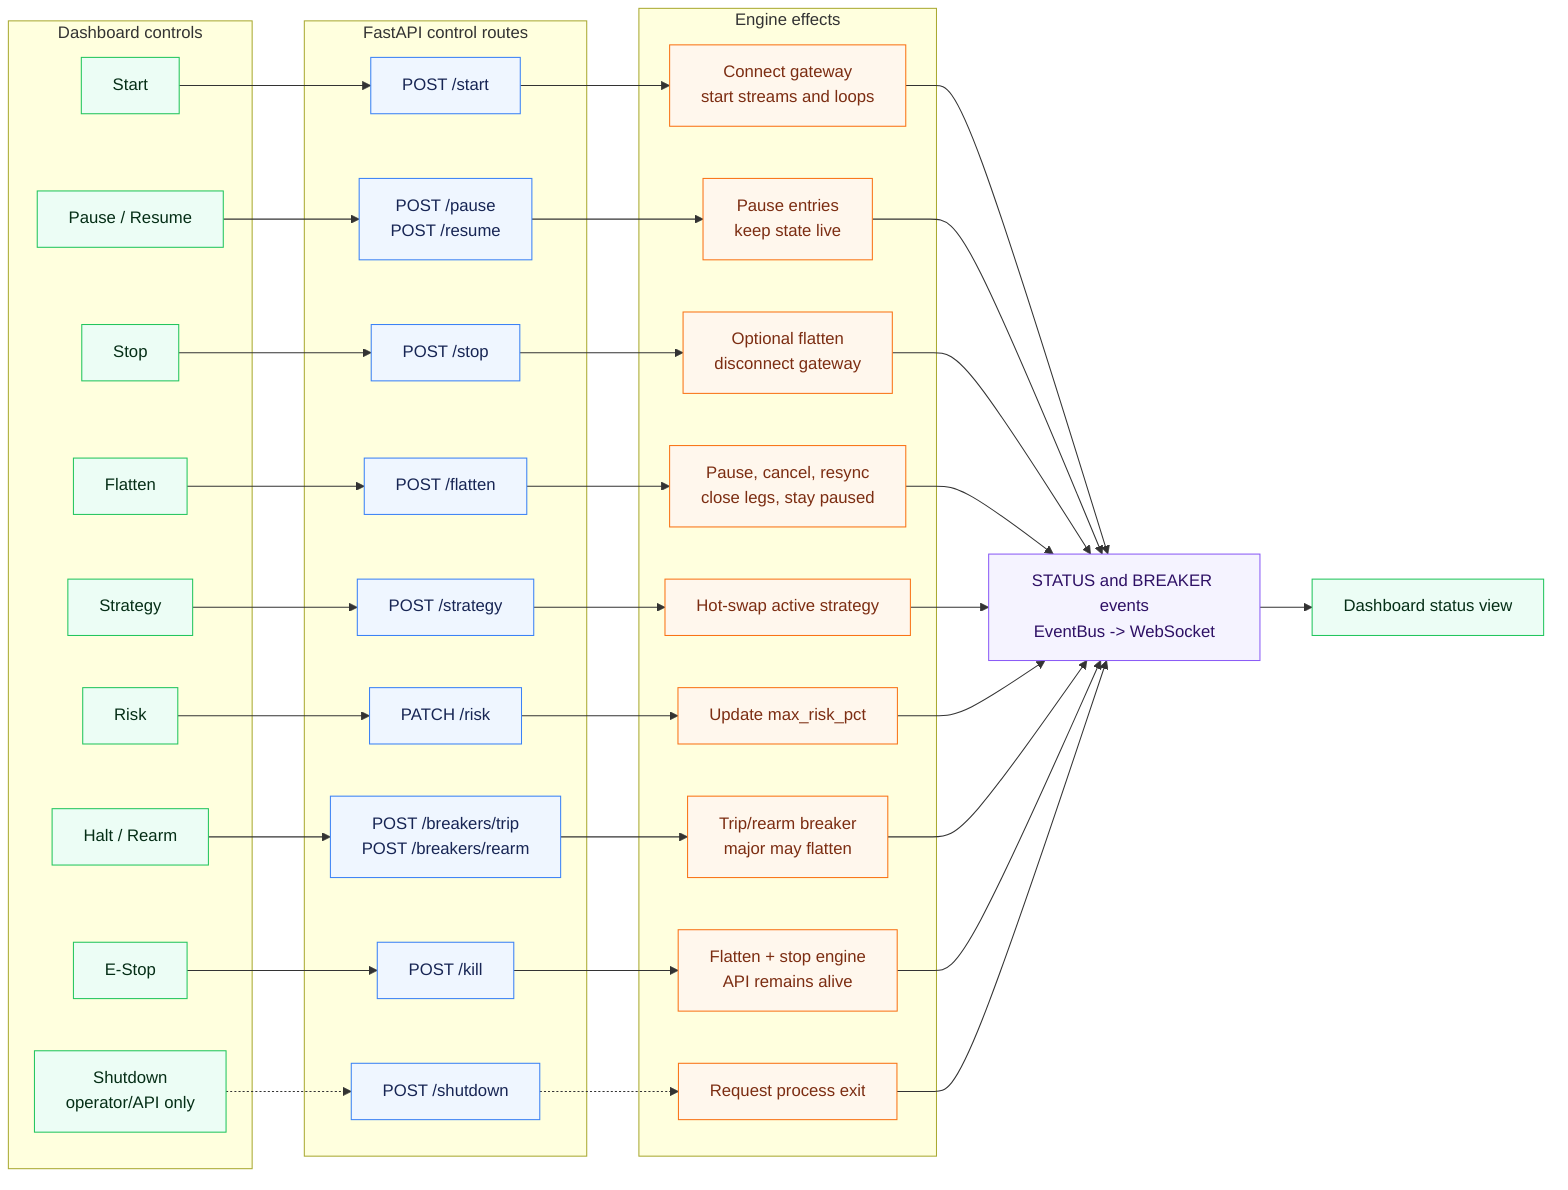
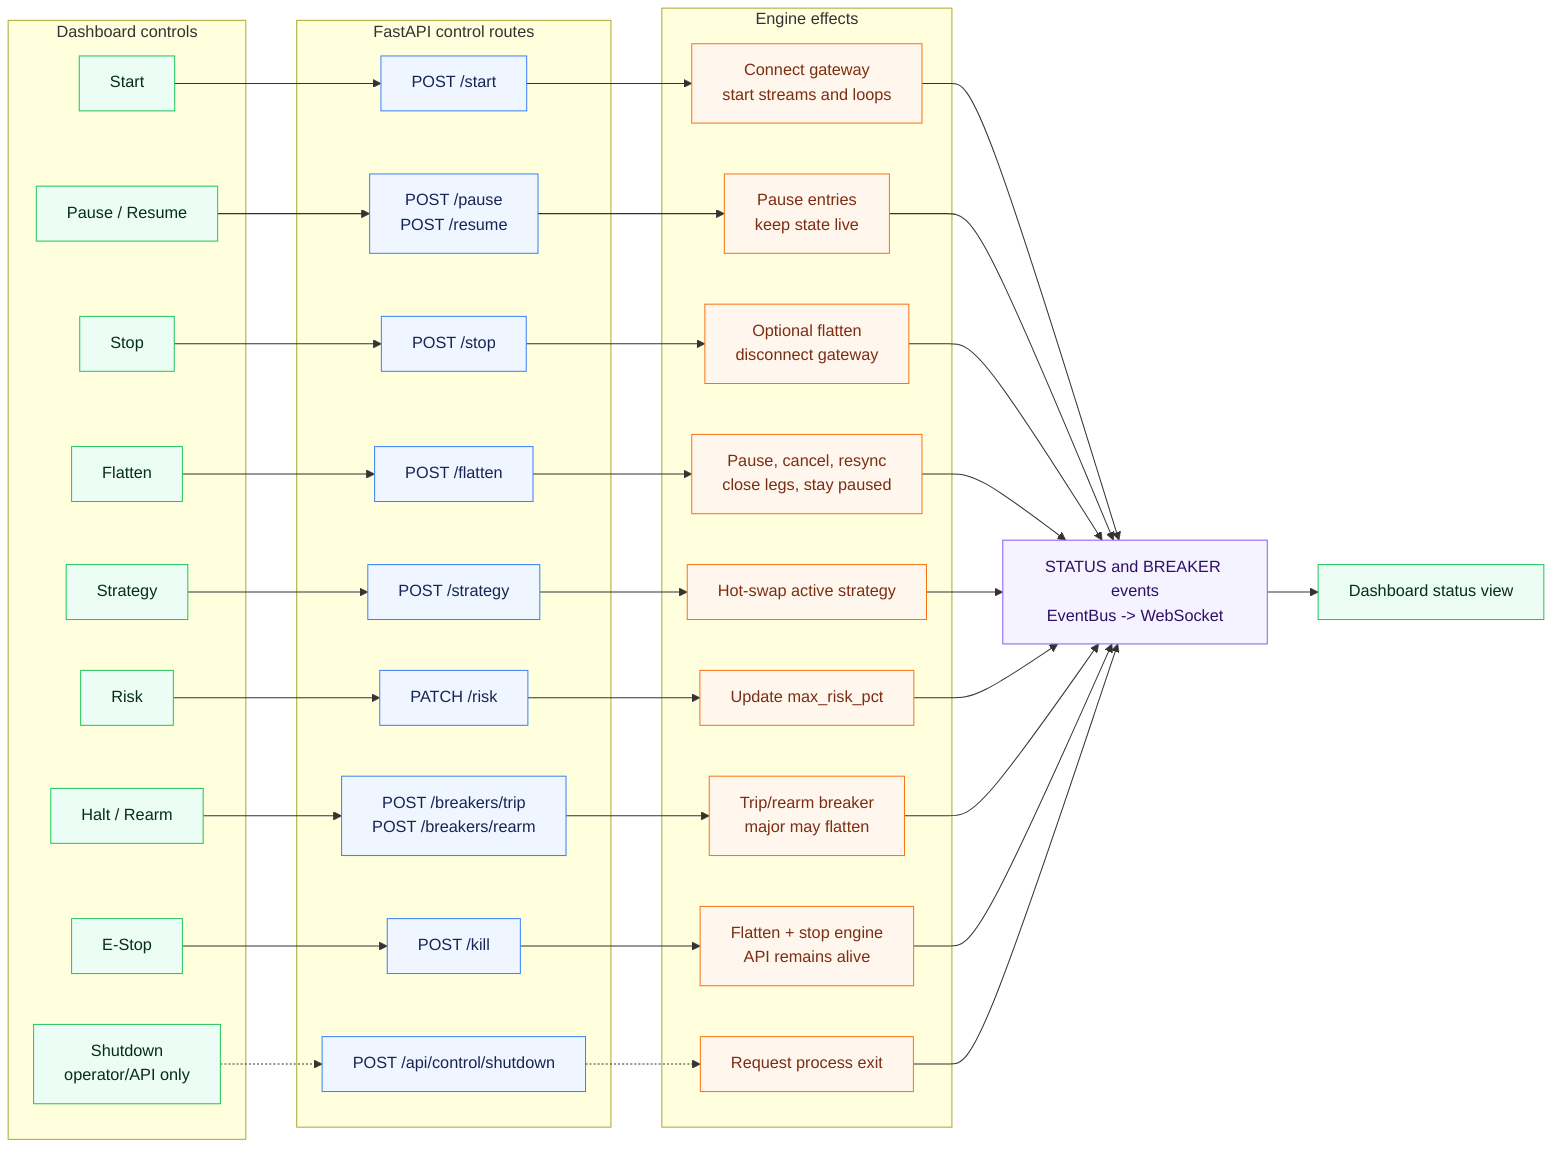
%% Operator control plane - dashboard actions to engine effects
flowchart LR
    subgraph UI["Dashboard controls"]
        START["Start"]
        PAUSE["Pause / Resume"]
        STOP["Stop"]
        FLATTEN["Flatten"]
        STRATEGY["Strategy"]
        RISK["Risk"]
        HALT["Halt / Rearm"]
        KILL["E-Stop"]
        SHUTDOWN["Shutdown<br/>operator/API only"]
    end

    subgraph API["FastAPI control routes"]
        CSTART["POST /start"]
        CPAUSE["POST /pause<br/>POST /resume"]
        CSTOP["POST /stop"]
        CFLAT["POST /flatten"]
        CSTRAT["POST /strategy"]
        CRISK["PATCH /risk"]
        CBREAK["POST /breakers/trip<br/>POST /breakers/rearm"]
        CKILL["POST /kill"]
-         CSHUT["POST /shutdown"]
+         CSHUT["POST /api/control/shutdown"]
    end

    subgraph Engine["Engine effects"]
        ESTART["Connect gateway<br/>start streams and loops"]
        EPAUSE["Pause entries<br/>keep state live"]
        ESTOP["Optional flatten<br/>disconnect gateway"]
        EFLAT["Pause, cancel, resync<br/>close legs, stay paused"]
        ESTRAT["Hot-swap active strategy"]
        ERISK["Update max_risk_pct"]
        EBREAK["Trip/rearm breaker<br/>major may flatten"]
        EKILL["Flatten + stop engine<br/>API remains alive"]
        ESHUT["Request process exit"]
    end

    START --> CSTART --> ESTART
    PAUSE --> CPAUSE --> EPAUSE
    STOP --> CSTOP --> ESTOP
    FLATTEN --> CFLAT --> EFLAT
    STRATEGY --> CSTRAT --> ESTRAT
    RISK --> CRISK --> ERISK
    HALT --> CBREAK --> EBREAK
    KILL --> CKILL --> EKILL
    SHUTDOWN -.-> CSHUT -.-> ESHUT

    STATUS["STATUS and BREAKER events<br/>EventBus -> WebSocket"]
    ESTART --> STATUS
    EPAUSE --> STATUS
    ESTOP --> STATUS
    EFLAT --> STATUS
    ESTRAT --> STATUS
    ERISK --> STATUS
    EBREAK --> STATUS
    EKILL --> STATUS
    ESHUT --> STATUS
    STATUS --> DASH["Dashboard status view"]

    classDef ui fill:#ecfdf5,stroke:#22c55e,color:#052e16
    classDef api fill:#eff6ff,stroke:#3b82f6,color:#172554
    classDef engine fill:#fff7ed,stroke:#f97316,color:#7c2d12
    classDef status fill:#f5f3ff,stroke:#8b5cf6,color:#2e1065

    class START,PAUSE,STOP,FLATTEN,STRATEGY,RISK,HALT,KILL,SHUTDOWN,DASH ui
    class CSTART,CPAUSE,CSTOP,CFLAT,CSTRAT,CRISK,CBREAK,CKILL,CSHUT api
    class ESTART,EPAUSE,ESTOP,EFLAT,ESTRAT,ERISK,EBREAK,EKILL,ESHUT engine
    class STATUS status
